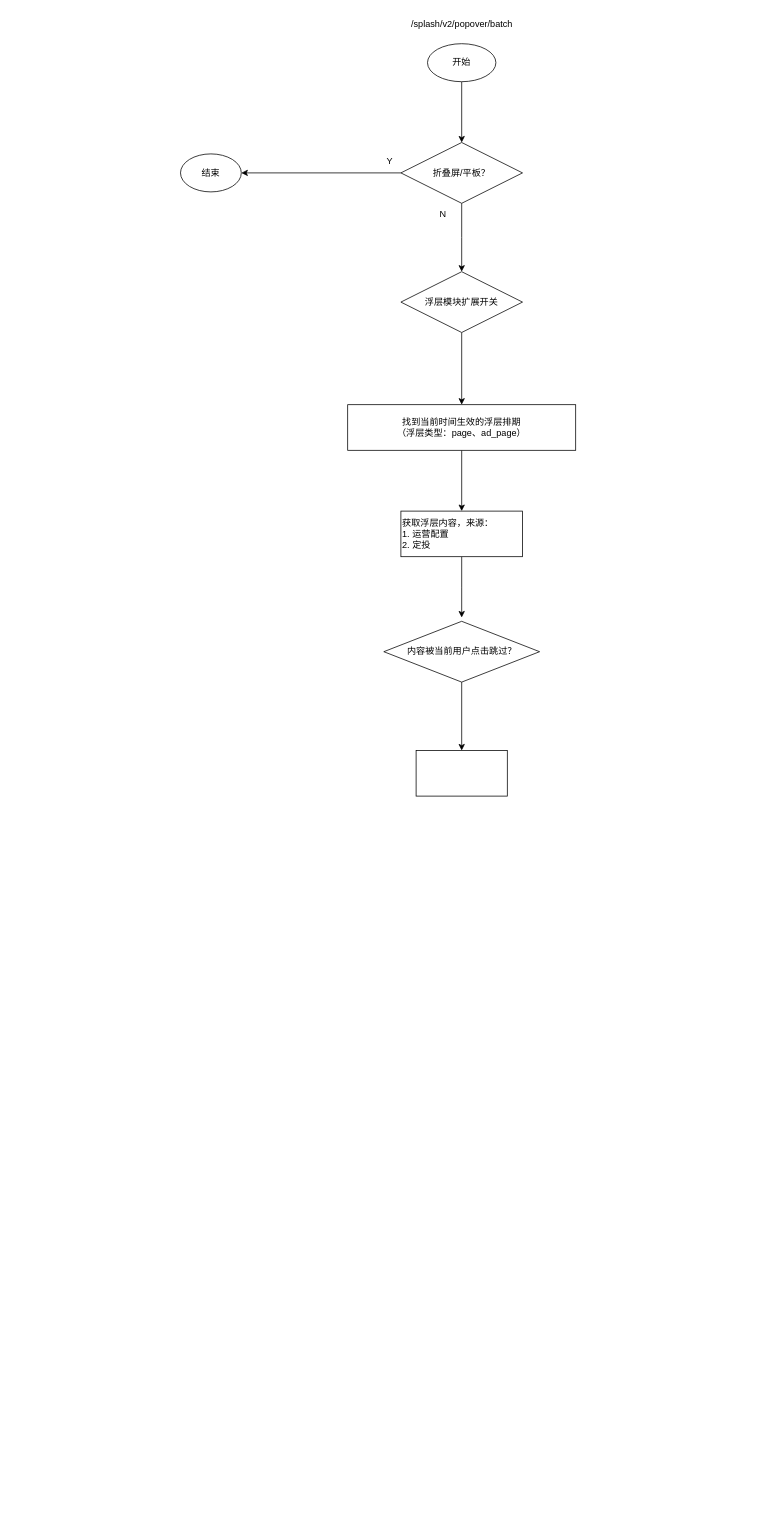
Before: 618浮层一镜到底.drawio in ETHAN0430/draw.io.repo, a draw.io diagram. Source tidied: cells renumbered, new cells numbered last; positions are measured from the earlier drawing's top-left corner, leaving out a move shared by most shapes. Both pictures are drawn from the tidied source at 76%, with x=0, y=0 at pixel (180, 13). Pictures stored in the file or linked from it are replaced by grey dashed boxes.
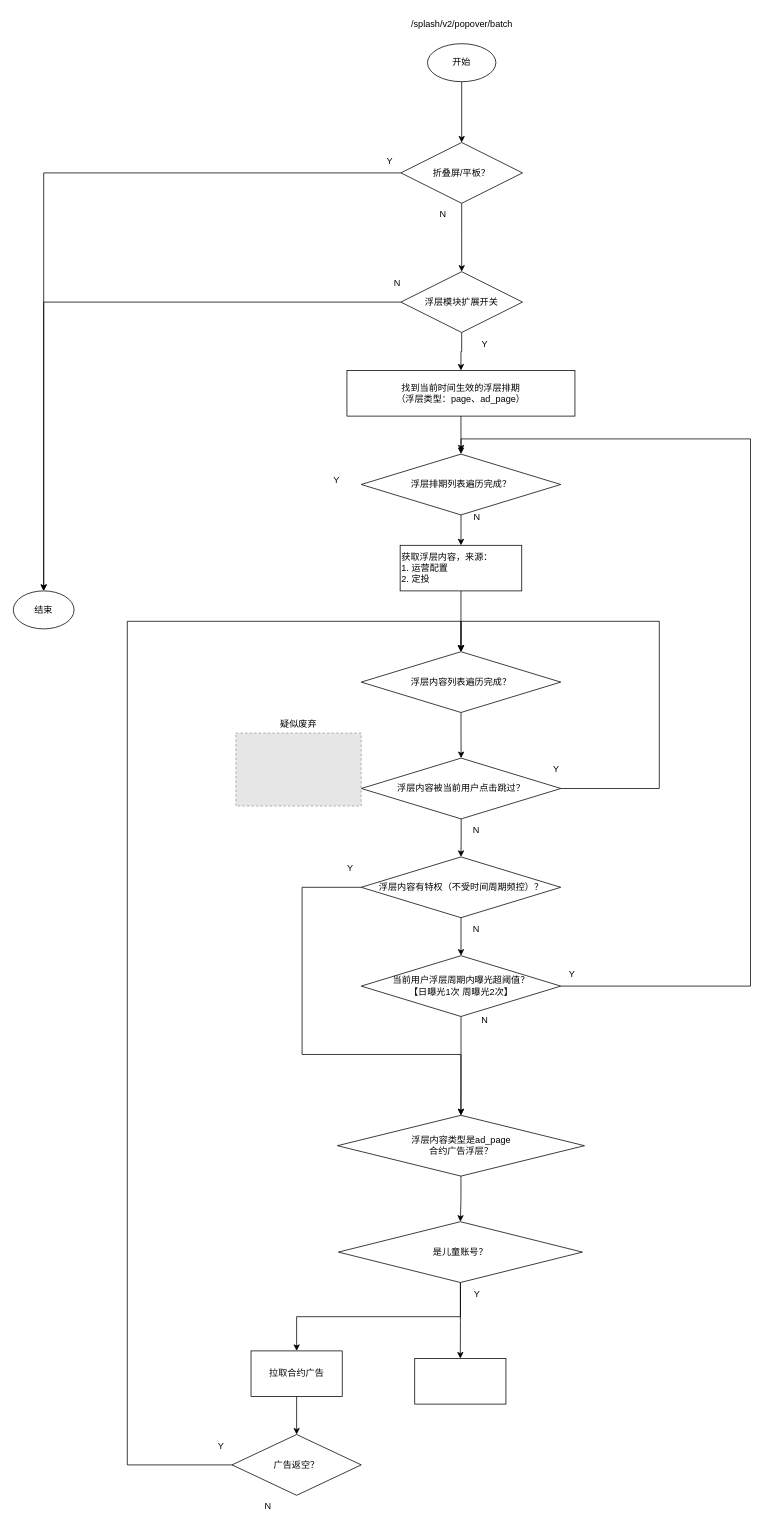
After the change.

Commit message:
更新618浮层一镜到底.drawio

The change refers to these unchanged cells:
```xml
<mxCell id="12" value="浮层模块扩展开关" style="rhombus;whiteSpace=wrap;html=1;" parent="1" vertex="1">
  <mxGeometry x="290" y="340" width="160" height="80" as="geometry" />
</mxCell>
```

Diff of the diagram source:
```diff
@@
     <mxCell id="8" value="结束" style="ellipse;whiteSpace=wrap;html=1;" parent="1" vertex="1">
-      <mxGeometry y="185" width="80" height="50" as="geometry" />
+      <mxGeometry x="-220" y="760" width="80" height="50" as="geometry" />
     </mxCell>
@@
+    <mxCell id="20" style="edgeStyle=orthogonalEdgeStyle;rounded=0;jettySize=auto;html=1;entryX=0.5;entryY=0;entryDx=0;entryDy=0;" parent="1" edge="1" source="12" target="8">
+      <mxGeometry relative="1" as="geometry" />
+    </mxCell>
@@
-    <mxCell id="13" style="edgeStyle=orthogonalEdgeStyle;rounded=0;jettySize=auto;html=1;" parent="1" edge="1" source="14" target="16">
-      <mxGeometry relative="1" as="geometry" />
-    </mxCell>
     <mxCell id="14" value="找到当前时间生效的浮层排期&lt;br&gt;（浮层类型：page、ad_page）" style="whiteSpace=wrap;html=1;" parent="1" vertex="1">
-      <mxGeometry x="220" y="515" width="300" height="60" as="geometry" />
+      <mxGeometry x="219" y="470" width="300" height="60" as="geometry" />
     </mxCell>
-    <mxCell id="15" style="edgeStyle=orthogonalEdgeStyle;rounded=0;jettySize=auto;html=1;" parent="1" edge="1" source="16">
-      <mxGeometry relative="1" as="geometry">
-        <mxPoint x="370" y="795" as="targetPoint" />
-      </mxGeometry>
-    </mxCell>
+    <mxCell id="21" style="edgeStyle=orthogonalEdgeStyle;rounded=0;jettySize=auto;html=1;entryX=0.5;entryY=0;entryDx=0;entryDy=0;" parent="1" edge="1" source="16" target="43">
+      <mxGeometry relative="1" as="geometry" />
+    </mxCell>
     <mxCell id="16" value="获取浮层内容，来源：&lt;br&gt;1. 运营配置&lt;br&gt;2. 定投" style="whiteSpace=wrap;html=1;align=left;" parent="1" vertex="1">
-      <mxGeometry x="290" y="655" width="160" height="60" as="geometry" />
+      <mxGeometry x="289" y="700" width="160" height="60" as="geometry" />
     </mxCell>
-    <mxCell id="17" style="edgeStyle=orthogonalEdgeStyle;rounded=0;jettySize=auto;html=1;" parent="1" edge="1" source="18" target="19">
-      <mxGeometry relative="1" as="geometry" />
-    </mxCell>
+    <mxCell id="22" style="edgeStyle=orthogonalEdgeStyle;rounded=0;jettySize=auto;html=1;entryX=0.5;entryY=0;entryDx=0;entryDy=0;" parent="1" edge="1" source="18" target="32">
+      <mxGeometry relative="1" as="geometry" />
+    </mxCell>
+    <mxCell id="23" style="edgeStyle=orthogonalEdgeStyle;rounded=0;jettySize=auto;html=1;entryX=0.5;entryY=0;entryDx=0;entryDy=0;" parent="1" edge="1" source="18" target="43">
+      <mxGeometry relative="1" as="geometry">
+        <Array as="points">
+          <mxPoint x="630" y="1020" />
+          <mxPoint x="630" y="800" />
+          <mxPoint x="369" y="800" />
+        </Array>
+      </mxGeometry>
+    </mxCell>
-    <mxCell id="18" value="内容被当前用户点击跳过？" style="rhombus;whiteSpace=wrap;html=1;" parent="1" vertex="1">
-      <mxGeometry x="267.5" y="800" width="205" height="80" as="geometry" />
+    <mxCell id="18" value="浮层内容被当前用户点击跳过？" style="rhombus;whiteSpace=wrap;html=1;" parent="1" vertex="1">
+      <mxGeometry x="238" y="980" width="262.5" height="80" as="geometry" />
     </mxCell>
-    <mxCell id="19" style="whiteSpace=wrap;html=1;" parent="1" vertex="1">
-      <mxGeometry x="310" y="970" width="120" height="60" as="geometry" />
-    </mxCell>
+    <mxCell id="24" value="疑似废弃" style="text;html=1;align=center;verticalAlign=middle;strokeColor=none;fillColor=none;" parent="1" vertex="1">
+      <mxGeometry x="120.3" y="920" width="70" height="30" as="geometry" />
+    </mxCell>
+    <mxCell id="25" value="Y" style="text;html=1;align=center;verticalAlign=middle;strokeColor=none;fillColor=none;" parent="1" vertex="1">
+      <mxGeometry x="385" y="420" width="30" height="30" as="geometry" />
+    </mxCell>
+    <mxCell id="26" value="N" style="text;html=1;align=center;verticalAlign=middle;strokeColor=none;fillColor=none;" parent="1" vertex="1">
+      <mxGeometry x="270" y="340" width="30" height="30" as="geometry" />
+    </mxCell>
+    <mxCell id="27" style="fillColor=#E6E6E6;strokeColor=#999999;dashed=1;verticalLabelPosition=bottom;labelBackgroundColor=default;verticalAlign=top;" parent="1" vertex="1">
+      <mxGeometry x="72.9" y="947" width="164.8" height="96" as="geometry" />
+    </mxCell>
+    <mxCell id="28" value="Y" style="text;html=1;align=center;verticalAlign=middle;strokeColor=none;fillColor=none;" parent="1" vertex="1">
+      <mxGeometry x="479.2" y="980" width="30" height="30" as="geometry" />
+    </mxCell>
+    <mxCell id="29" value="N" style="text;html=1;align=center;verticalAlign=middle;strokeColor=none;fillColor=none;" parent="1" vertex="1">
+      <mxGeometry x="374" y="1060" width="30" height="30" as="geometry" />
+    </mxCell>
+    <mxCell id="30" style="edgeStyle=orthogonalEdgeStyle;rounded=0;jettySize=auto;html=1;entryX=0.5;entryY=0;entryDx=0;entryDy=0;" parent="1" edge="1" source="32" target="36">
+      <mxGeometry relative="1" as="geometry" />
+    </mxCell>
+    <mxCell id="31" style="edgeStyle=orthogonalEdgeStyle;rounded=0;jettySize=auto;html=1;entryX=0.5;entryY=0;entryDx=0;entryDy=0;" parent="1" edge="1" source="32">
+      <mxGeometry relative="1" as="geometry">
+        <mxPoint x="369" y="1450" as="targetPoint" />
+        <Array as="points">
+          <mxPoint x="160" y="1150" />
+          <mxPoint x="160" y="1370" />
+          <mxPoint x="369" y="1370" />
+        </Array>
+      </mxGeometry>
+    </mxCell>
+    <mxCell id="32" value="浮层内容有特权（不受时间周期频控）？" style="rhombus;whiteSpace=wrap;html=1;" parent="1" vertex="1">
+      <mxGeometry x="237.8" y="1110" width="262.5" height="80" as="geometry" />
+    </mxCell>
+    <mxCell id="33" value="Y" style="text;html=1;align=center;verticalAlign=middle;strokeColor=none;fillColor=none;" parent="1" vertex="1">
+      <mxGeometry x="207.8" y="1110" width="30" height="30" as="geometry" />
+    </mxCell>
+    <mxCell id="34" style="edgeStyle=orthogonalEdgeStyle;rounded=0;jettySize=auto;html=1;entryX=0.5;entryY=0;entryDx=0;entryDy=0;" parent="1" edge="1" source="36" target="41">
+      <mxGeometry relative="1" as="geometry">
+        <Array as="points">
+          <mxPoint x="750" y="1280" />
+          <mxPoint x="750" y="560" />
+          <mxPoint x="369" y="560" />
+        </Array>
+      </mxGeometry>
+    </mxCell>
+    <mxCell id="35" style="edgeStyle=orthogonalEdgeStyle;rounded=0;jettySize=auto;html=1;" parent="1" edge="1" source="36">
+      <mxGeometry relative="1" as="geometry">
+        <mxPoint x="369" y="1450" as="targetPoint" />
+      </mxGeometry>
+    </mxCell>
+    <mxCell id="36" value="当前用户浮层周期内曝光超阈值？&lt;br&gt;【日曝光1次 周曝光2次】" style="rhombus;whiteSpace=wrap;html=1;" parent="1" vertex="1">
+      <mxGeometry x="237.8" y="1240" width="262.5" height="80" as="geometry" />
+    </mxCell>
+    <mxCell id="37" value="Y" style="text;html=1;align=center;verticalAlign=middle;strokeColor=none;fillColor=none;" parent="1" vertex="1">
+      <mxGeometry x="500.2" y="1250" width="30" height="30" as="geometry" />
+    </mxCell>
+    <mxCell id="38" value="N" style="text;html=1;align=center;verticalAlign=middle;strokeColor=none;fillColor=none;" parent="1" vertex="1">
+      <mxGeometry x="385" y="1310" width="30" height="30" as="geometry" />
+    </mxCell>
+    <mxCell id="39" value="N" style="text;html=1;align=center;verticalAlign=middle;strokeColor=none;fillColor=none;" parent="1" vertex="1">
+      <mxGeometry x="374" y="1190" width="30" height="30" as="geometry" />
+    </mxCell>
+    <mxCell id="40" style="edgeStyle=orthogonalEdgeStyle;rounded=0;jettySize=auto;html=1;entryX=0.5;entryY=0;entryDx=0;entryDy=0;" parent="1" edge="1" source="41" target="16">
+      <mxGeometry relative="1" as="geometry" />
+    </mxCell>
+    <mxCell id="41" value="浮层排期列表遍历完成？" style="rhombus;whiteSpace=wrap;html=1;" parent="1" vertex="1">
+      <mxGeometry x="237.8" y="580" width="262.5" height="80" as="geometry" />
+    </mxCell>
+    <mxCell id="42" style="edgeStyle=orthogonalEdgeStyle;rounded=0;jettySize=auto;html=1;entryX=0.5;entryY=0;entryDx=0;entryDy=0;" parent="1" edge="1" source="43" target="18">
+      <mxGeometry relative="1" as="geometry" />
+    </mxCell>
+    <mxCell id="43" value="浮层内容列表遍历完成？" style="rhombus;whiteSpace=wrap;html=1;" parent="1" vertex="1">
+      <mxGeometry x="237.8" y="840" width="262.5" height="80" as="geometry" />
+    </mxCell>
+    <mxCell id="44" style="edgeStyle=orthogonalEdgeStyle;rounded=0;jettySize=auto;html=1;entryX=0.501;entryY=-0.043;entryDx=0;entryDy=0;entryPerimeter=0;" parent="1" edge="1" source="14" target="41">
+      <mxGeometry relative="1" as="geometry" />
+    </mxCell>
+    <mxCell id="45" value="N" style="text;html=1;align=center;verticalAlign=middle;strokeColor=none;fillColor=none;" parent="1" vertex="1">
+      <mxGeometry x="375" y="648" width="30" height="30" as="geometry" />
+    </mxCell>
+    <mxCell id="46" value="Y" style="text;html=1;align=center;verticalAlign=middle;strokeColor=none;fillColor=none;" parent="1" vertex="1">
+      <mxGeometry x="190" y="600" width="30" height="30" as="geometry" />
+    </mxCell>
+    <mxCell id="47" style="edgeStyle=orthogonalEdgeStyle;rounded=0;jettySize=auto;html=1;" parent="1" edge="1" source="48" target="51">
+      <mxGeometry relative="1" as="geometry" />
+    </mxCell>
+    <mxCell id="48" value="浮层内容类型是ad_page&lt;br&gt;合约广告浮层？" style="rhombus;whiteSpace=wrap;html=1;" parent="1" vertex="1">
+      <mxGeometry x="206.5" y="1450" width="325" height="80" as="geometry" />
+    </mxCell>
+    <mxCell id="49" style="edgeStyle=orthogonalEdgeStyle;rounded=0;jettySize=auto;html=1;" parent="1" edge="1" source="51" target="52">
+      <mxGeometry relative="1" as="geometry" />
+    </mxCell>
+    <mxCell id="50" style="edgeStyle=orthogonalEdgeStyle;rounded=0;jettySize=auto;html=1;" parent="1" edge="1" source="51" target="54">
+      <mxGeometry relative="1" as="geometry" />
+    </mxCell>
+    <mxCell id="51" value="是儿童账号？" style="rhombus;whiteSpace=wrap;html=1;" parent="1" vertex="1">
+      <mxGeometry x="207.8" y="1590" width="321" height="80" as="geometry" />
+    </mxCell>
+    <mxCell id="52" style="whiteSpace=wrap;html=1;" parent="1" vertex="1">
+      <mxGeometry x="308.2" y="1770" width="120" height="60" as="geometry" />
+    </mxCell>
+    <mxCell id="53" style="edgeStyle=orthogonalEdgeStyle;rounded=0;jettySize=auto;html=1;" parent="1" edge="1" source="54" target="56">
+      <mxGeometry relative="1" as="geometry" />
+    </mxCell>
+    <mxCell id="54" value="拉取合约广告" style="whiteSpace=wrap;html=1;" parent="1" vertex="1">
+      <mxGeometry x="92.8" y="1760" width="120" height="60" as="geometry" />
+    </mxCell>
+    <mxCell id="55" style="edgeStyle=orthogonalEdgeStyle;rounded=0;jettySize=auto;html=1;entryX=0.5;entryY=0;entryDx=0;entryDy=0;" parent="1" edge="1" source="56" target="43">
+      <mxGeometry relative="1" as="geometry">
+        <Array as="points">
+          <mxPoint x="-70" y="1910" />
+          <mxPoint x="-70" y="800" />
+          <mxPoint x="369" y="800" />
+        </Array>
+      </mxGeometry>
+    </mxCell>
+    <mxCell id="56" value="广告返空？" style="rhombus;whiteSpace=wrap;html=1;" parent="1" vertex="1">
+      <mxGeometry x="67.8" y="1870" width="170" height="80" as="geometry" />
+    </mxCell>
+    <mxCell id="57" value="Y" style="text;html=1;align=center;verticalAlign=middle;strokeColor=none;fillColor=none;" parent="1" vertex="1">
+      <mxGeometry x="37.8" y="1870" width="30" height="30" as="geometry" />
+    </mxCell>
+    <mxCell id="58" value="N" style="text;html=1;align=center;verticalAlign=middle;strokeColor=none;fillColor=none;" parent="1" vertex="1">
+      <mxGeometry x="100" y="1950" width="30" height="30" as="geometry" />
+    </mxCell>
+    <mxCell id="59" value="Y" style="text;html=1;align=center;verticalAlign=middle;strokeColor=none;fillColor=none;" parent="1" vertex="1">
+      <mxGeometry x="375" y="1670" width="30" height="30" as="geometry" />
+    </mxCell>
```
